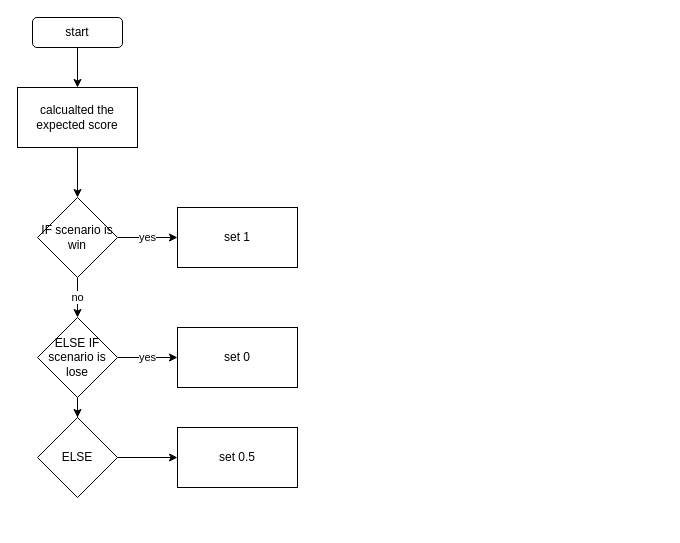
sivagit/diagrams keeps this draw.io diagram as GameRoom/playerRatingCal.drawio. Above is the earlier version. Source tidied: cells renumbered, new cells numbered last; positions are measured from the earlier drawing's top-left corner, leaving out a move shared by most shapes. Both pictures are drawn from the tidied source at 100%, with x=0, y=0 at pixel (17, 17).
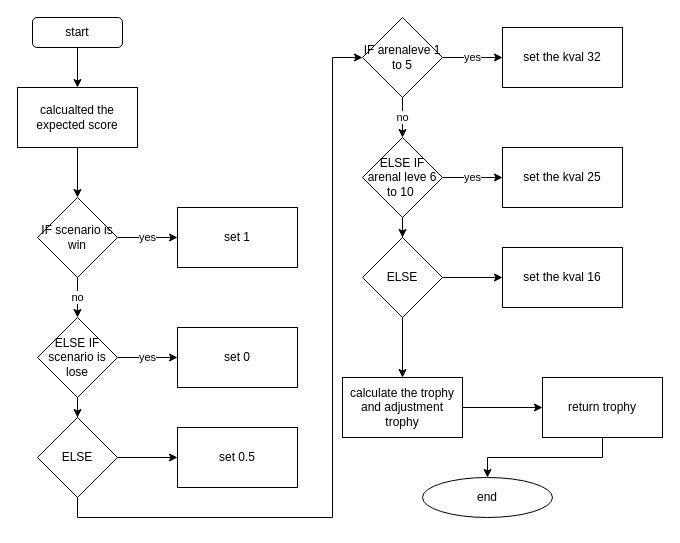
After the change.

The change refers to these unchanged cells:
```xml
<mxCell id="15" value="ELSE" style="rhombus;whiteSpace=wrap;html=1;rounded=0;" parent="1" vertex="1">
  <mxGeometry x="20" y="400" width="80" height="80" as="geometry" />
</mxCell>
```

Diff of the diagram source:
```diff
@@
+    <mxCell id="17" style="edgeStyle=orthogonalEdgeStyle;rounded=0;jettySize=auto;html=1;entryX=0;entryY=0.5;entryDx=0;entryDy=0;" parent="1" edge="1" source="15" target="20">
+      <mxGeometry relative="1" as="geometry">
+        <Array as="points">
+          <mxPoint x="60" y="500" />
+          <mxPoint x="315" y="500" />
+          <mxPoint x="315" y="40" />
+        </Array>
+      </mxGeometry>
+    </mxCell>
@@
+    <mxCell id="18" value="yes" style="edgeStyle=orthogonalEdgeStyle;rounded=0;jettySize=auto;html=1;" parent="1" edge="1" source="20" target="21">
+      <mxGeometry relative="1" as="geometry" />
+    </mxCell>
+    <mxCell id="19" value="no" style="edgeStyle=orthogonalEdgeStyle;rounded=0;jettySize=auto;html=1;" parent="1" edge="1" source="20" target="24">
+      <mxGeometry relative="1" as="geometry" />
+    </mxCell>
+    <mxCell id="20" value="IF arenaleve 1 to 5" style="rhombus;whiteSpace=wrap;html=1;rounded=0;" parent="1" vertex="1">
+      <mxGeometry x="345" width="80" height="80" as="geometry" />
+    </mxCell>
+    <mxCell id="21" value="set the kval 32" style="whiteSpace=wrap;html=1;rounded=0;" parent="1" vertex="1">
+      <mxGeometry x="485" y="10" width="120" height="60" as="geometry" />
+    </mxCell>
+    <mxCell id="22" value="yes" style="edgeStyle=orthogonalEdgeStyle;rounded=0;jettySize=auto;html=1;" parent="1" edge="1" source="24" target="25">
+      <mxGeometry relative="1" as="geometry" />
+    </mxCell>
+    <mxCell id="23" style="edgeStyle=orthogonalEdgeStyle;rounded=0;jettySize=auto;html=1;" parent="1" edge="1" source="24" target="28">
+      <mxGeometry relative="1" as="geometry" />
+    </mxCell>
+    <mxCell id="24" value="ELSE IF arenal leve 6 to 10&amp;nbsp;" style="rhombus;whiteSpace=wrap;html=1;rounded=0;" parent="1" vertex="1">
+      <mxGeometry x="345" y="120" width="80" height="80" as="geometry" />
+    </mxCell>
+    <mxCell id="25" value="set the kval 25" style="whiteSpace=wrap;html=1;rounded=0;" parent="1" vertex="1">
+      <mxGeometry x="485" y="130" width="120" height="60" as="geometry" />
+    </mxCell>
+    <mxCell id="26" style="edgeStyle=orthogonalEdgeStyle;rounded=0;jettySize=auto;html=1;" parent="1" edge="1" source="28" target="29">
+      <mxGeometry relative="1" as="geometry" />
+    </mxCell>
+    <mxCell id="27" style="edgeStyle=orthogonalEdgeStyle;rounded=0;jettySize=auto;html=1;" parent="1" edge="1" source="28" target="31">
+      <mxGeometry relative="1" as="geometry" />
+    </mxCell>
+    <mxCell id="28" value="ELSE" style="rhombus;whiteSpace=wrap;html=1;rounded=0;" parent="1" vertex="1">
+      <mxGeometry x="345" y="220" width="80" height="80" as="geometry" />
+    </mxCell>
+    <mxCell id="29" value="set the kval 16" style="whiteSpace=wrap;html=1;rounded=0;" parent="1" vertex="1">
+      <mxGeometry x="485" y="230" width="120" height="60" as="geometry" />
+    </mxCell>
+    <mxCell id="30" style="edgeStyle=orthogonalEdgeStyle;rounded=0;jettySize=auto;html=1;" parent="1" edge="1" source="31" target="33">
+      <mxGeometry relative="1" as="geometry" />
+    </mxCell>
+    <mxCell id="31" value="calculate the trophy and adjustment trophy" style="whiteSpace=wrap;html=1;rounded=0;" parent="1" vertex="1">
+      <mxGeometry x="325" y="360" width="120" height="60" as="geometry" />
+    </mxCell>
+    <mxCell id="32" style="edgeStyle=orthogonalEdgeStyle;rounded=0;jettySize=auto;html=1;" parent="1" edge="1" source="33" target="34">
+      <mxGeometry relative="1" as="geometry" />
+    </mxCell>
+    <mxCell id="33" value="return trophy" style="whiteSpace=wrap;html=1;rounded=0;" parent="1" vertex="1">
+      <mxGeometry x="525" y="360" width="120" height="60" as="geometry" />
+    </mxCell>
+    <mxCell id="34" value="end" style="ellipse;whiteSpace=wrap;html=1;rounded=0;" parent="1" vertex="1">
+      <mxGeometry x="405" y="460" width="130" height="40" as="geometry" />
+    </mxCell>
```
